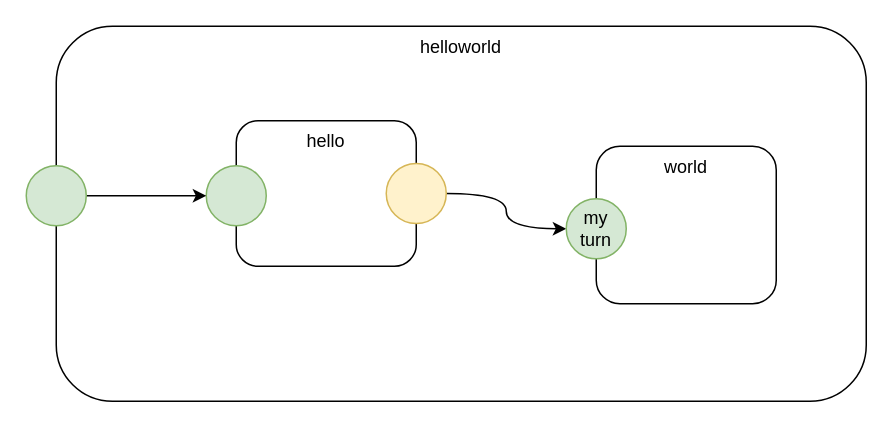
Earlier version of the draw.io diagram page "helloworld" (1 of 2) of helloworld.drawio (guitarvydas/asc2). Source tidied: cells renumbered, new cells numbered last; positions are measured from the earlier drawing's top-left corner, leaving out a move shared by most shapes. Both pictures are drawn from the tidied source at 150%, with x=0, y=0 at pixel (26, 26).
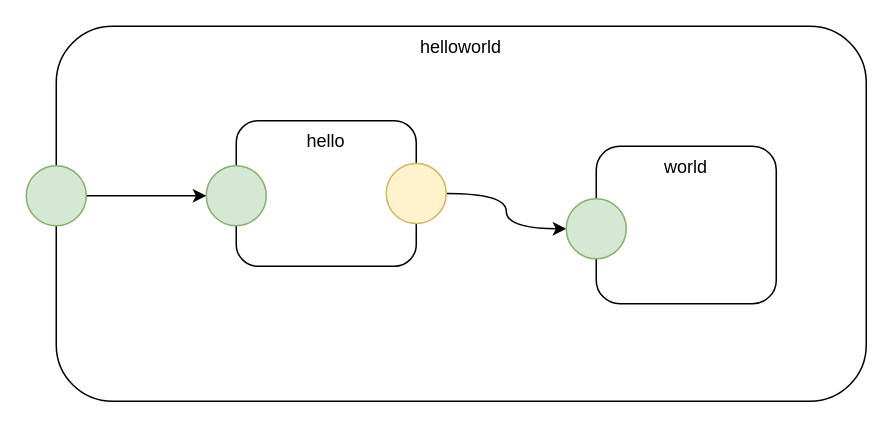
The same page after the edit.

The edit, as a diff of the source:
```diff
@@
 <mxGraphModel>
   <root>
     <mxCell id="0" />
     <mxCell id="1" parent="0" />
     <mxCell id="2" value="helloworld" style="rounded=1;whiteSpace=wrap;html=1;verticalAlign=top;" parent="1" vertex="1">
       <mxGeometry x="20" width="540" height="250" as="geometry" />
     </mxCell>
     <mxCell id="3" value="hello" style="rounded=1;whiteSpace=wrap;html=1;verticalAlign=top;" parent="1" vertex="1">
       <mxGeometry x="140" y="63" width="120" height="97" as="geometry" />
     </mxCell>
     <mxCell id="4" style="edgeStyle=orthogonalEdgeStyle;curved=1;jettySize=auto;html=1;exitX=1;exitY=0.5;exitDx=0;exitDy=0;entryX=0;entryY=0.5;entryDx=0;entryDy=0;" parent="1" edge="1" source="5" target="7">
       <mxGeometry relative="1" as="geometry" />
     </mxCell>
     <mxCell id="5" style="ellipse;whiteSpace=wrap;html=1;fillColor=#fff2cc;strokeColor=#d6b656;" parent="1" vertex="1">
       <mxGeometry x="240" y="91.5" width="40" height="40" as="geometry" />
     </mxCell>
     <mxCell id="6" value="world" style="rounded=1;whiteSpace=wrap;html=1;verticalAlign=top;" parent="1" vertex="1">
       <mxGeometry x="380" y="80" width="120" height="105" as="geometry" />
     </mxCell>
-    <mxCell id="7" value="my turn" style="ellipse;whiteSpace=wrap;html=1;fillColor=#d5e8d4;strokeColor=#82b366;" parent="1" vertex="1">
+    <mxCell id="7" style="ellipse;whiteSpace=wrap;html=1;fillColor=#d5e8d4;strokeColor=#82b366;" parent="1" vertex="1">
       <mxGeometry x="360" y="115" width="40" height="40" as="geometry" />
     </mxCell>
     <mxCell id="8" style="edgeStyle=orthogonalEdgeStyle;curved=1;orthogonalLoop=1;jettySize=auto;html=1;exitX=0.5;exitY=1;exitDx=0;exitDy=0;" parent="1" edge="1" source="6" target="6">
       <mxGeometry relative="1" as="geometry" />
     </mxCell>
     <mxCell id="9" style="ellipse;whiteSpace=wrap;html=1;fillColor=#d5e8d4;strokeColor=#82b366;" parent="1" vertex="1">
       <mxGeometry x="120" y="93" width="40" height="40" as="geometry" />
     </mxCell>
     <mxCell id="10" style="edgeStyle=orthogonalEdgeStyle;curved=1;jettySize=auto;html=1;exitX=1;exitY=0.5;exitDx=0;exitDy=0;entryX=0;entryY=0.5;entryDx=0;entryDy=0;" parent="1" edge="1" source="11" target="9">
       <mxGeometry relative="1" as="geometry" />
     </mxCell>
     <mxCell id="11" style="ellipse;whiteSpace=wrap;html=1;fillColor=#d5e8d4;strokeColor=#82b366;" parent="1" vertex="1">
       <mxGeometry y="93" width="40" height="40" as="geometry" />
     </mxCell>
   </root>
 </mxGraphModel>
```
